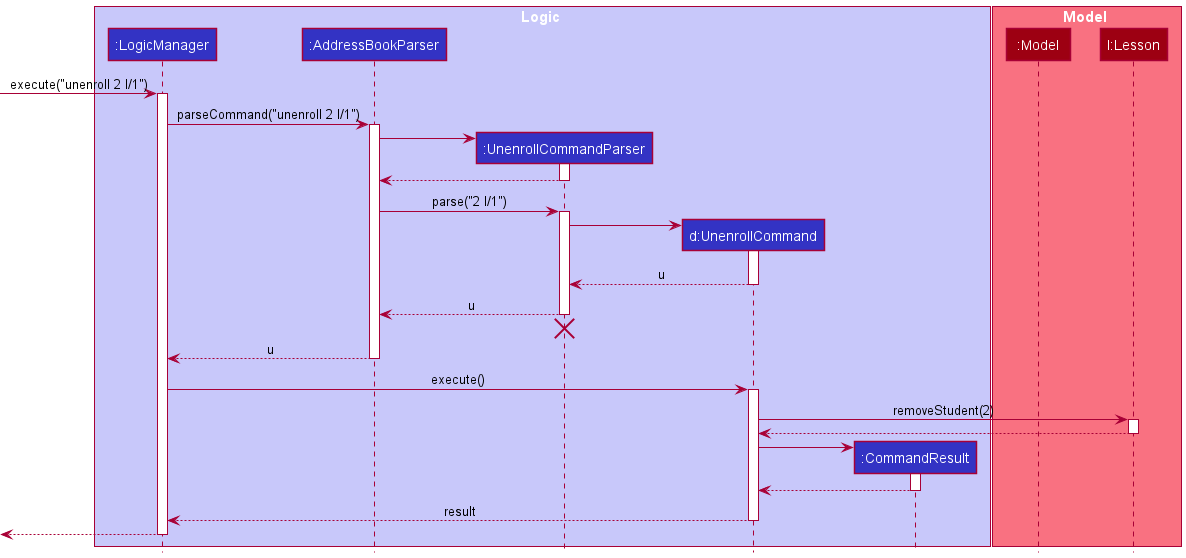
Earlier version of the PlantUML export docs/images/UnenrollSequenceDiagram.png (nus-cs2103-AY2122S1/tp). Its diagram source:
```plantuml
@startuml
!include style.puml

box Logic LOGIC_COLOR_T1
participant ":LogicManager" as LogicManager LOGIC_COLOR
participant ":AddressBookParser" as AddressBookParser LOGIC_COLOR
participant ":UnenrollCommandParser" as UnenrollCommandParser LOGIC_COLOR
participant "d:UnenrollCommand" as UnenrollCommand LOGIC_COLOR
participant ":CommandResult" as CommandResult LOGIC_COLOR
end box

box Model MODEL_COLOR_T1
participant ":Model" as Model MODEL_COLOR
participant "l:Lesson" as Lesson MODEL_COLOR
end box

[-> LogicManager : execute("unenroll 2 l/1")
activate LogicManager

LogicManager -> AddressBookParser : parseCommand("unenroll 2 l/1")
activate AddressBookParser

create UnenrollCommandParser
AddressBookParser -> UnenrollCommandParser
activate UnenrollCommandParser

UnenrollCommandParser --> AddressBookParser
deactivate UnenrollCommandParser

AddressBookParser -> UnenrollCommandParser : parse("2 l/1")
activate UnenrollCommandParser

create UnenrollCommand
UnenrollCommandParser -> UnenrollCommand
activate UnenrollCommand

UnenrollCommand --> UnenrollCommandParser : u
deactivate UnenrollCommand

UnenrollCommandParser --> AddressBookParser : u
deactivate UnenrollCommandParser
UnenrollCommandParser -[hidden]-> AddressBookParser
destroy UnenrollCommandParser

AddressBookParser --> LogicManager : u
deactivate AddressBookParser

LogicManager -> UnenrollCommand : execute()
activate UnenrollCommand

UnenrollCommand -> Lesson : removeStudent(2)
activate Lesson

Lesson --> UnenrollCommand
deactivate Lesson

create CommandResult
UnenrollCommand -> CommandResult
activate CommandResult

CommandResult --> UnenrollCommand
deactivate CommandResult

UnenrollCommand --> LogicManager : result
deactivate UnenrollCommand

[<--LogicManager
deactivate LogicManager
@enduml
```
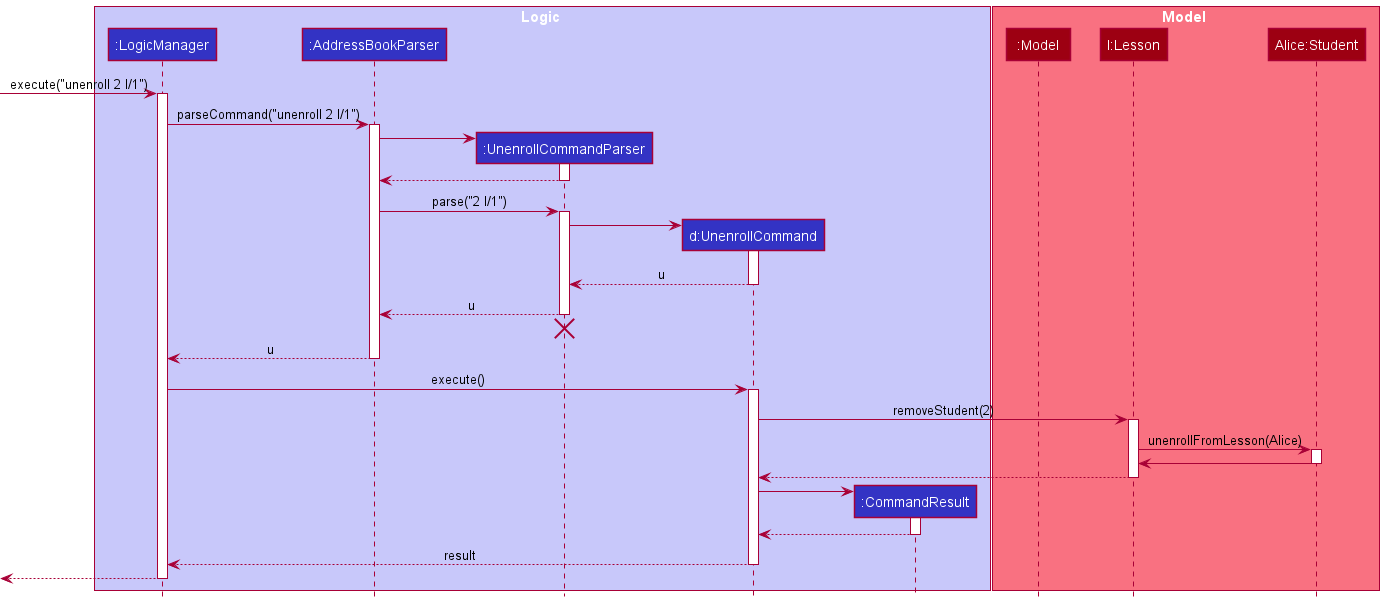
The same file after the commit.

Commit message:
Update sequence diagram puml and png

What changed in the source:
```diff
@@ -12,6 +12,7 @@
 box Model MODEL_COLOR_T1
 participant ":Model" as Model MODEL_COLOR
 participant "l:Lesson" as Lesson MODEL_COLOR
+participant "Alice:Student" as Student MODEL_COLOR
 end box
 
 [-> LogicManager : execute("unenroll 2 l/1")
@@ -51,6 +52,12 @@
 UnenrollCommand -> Lesson : removeStudent(2)
 activate Lesson
 
+Lesson -> Student : unenrollFromLesson(Alice)
+activate Student
+
+Student -> Lesson
+deactivate Student
+
 Lesson --> UnenrollCommand
 deactivate Lesson
 
```
